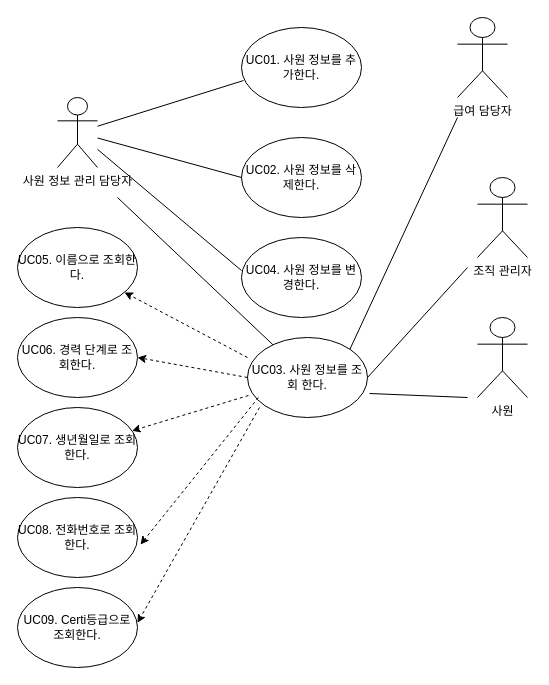
Before: Doc/Design/UserCaseDiagram.drawio in dongyub1015/Hit, a draw.io diagram. Source tidied: cells renumbered, new cells numbered last; positions are measured from the earlier drawing's top-left corner, leaving out a move shared by most shapes. Both pictures are drawn from the tidied source at 100%, with x=0, y=0 at pixel (17, 17).
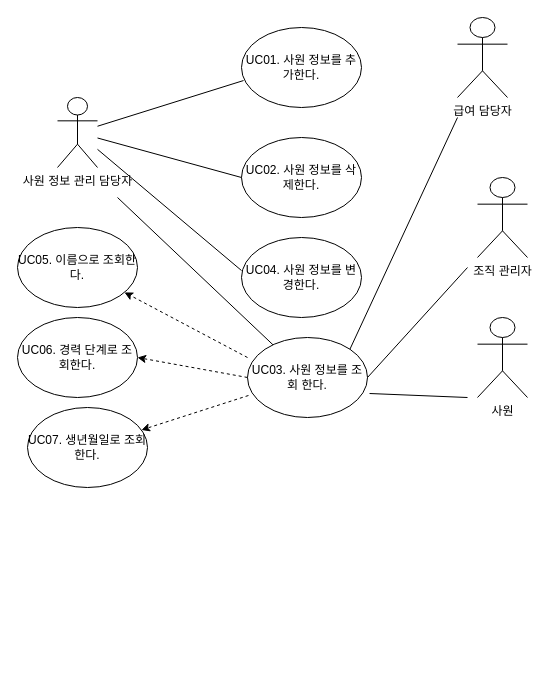
Above is the later version.

Commit message (it also covers changes not shown here):
Revert "Merge branch 'dev_hongju'"

This reverts commit 16046d99c240868dc94f84fe950769ddd5626706, reversing
changes made to 746df0ffd26b3a796c5101d1e24fc2343cc5cb15.

The change refers to these unchanged cells:
```xml
<mxCell id="8" value="UC03. 사원 정보를 조회 한다." style="ellipse;whiteSpace=wrap;html=1;" parent="1" vertex="1">
  <mxGeometry x="230" y="320" width="120" height="80" as="geometry" />
</mxCell>
```

Diff of the diagram source:
```diff
@@
     <mxCell id="15" value="UC07. 생년월일로 조회한다." style="ellipse;whiteSpace=wrap;html=1;" parent="1" vertex="1">
-      <mxGeometry y="390" width="120" height="80" as="geometry" />
+      <mxGeometry x="10" y="390" width="120" height="80" as="geometry" />
     </mxCell>
@@
-    <mxCell id="23" value="UC08. 전화번호로 조회한다." style="ellipse;whiteSpace=wrap;html=1;" parent="1" vertex="1">
-      <mxGeometry y="480" width="120" height="80" as="geometry" />
-    </mxCell>
-    <mxCell id="24" value="UC09. Certi등급으로 조회한다." style="ellipse;whiteSpace=wrap;html=1;" parent="1" vertex="1">
-      <mxGeometry y="570" width="120" height="80" as="geometry" />
-    </mxCell>
-    <mxCell id="25" style="endArrow=classic;html=1;rounded=0;dashed=1;exitX=0.091;exitY=0.75;exitDx=0;exitDy=0;exitPerimeter=0;entryX=1.025;entryY=0.588;entryDx=0;entryDy=0;entryPerimeter=0;" parent="1" edge="1" source="8" target="23">
-      <mxGeometry relative="1" as="geometry" />
-    </mxCell>
-    <mxCell id="26" style="endArrow=classic;html=1;rounded=0;dashed=1;exitX=0.1;exitY=0.875;exitDx=0;exitDy=0;exitPerimeter=0;" parent="1" edge="1" source="8">
-      <mxGeometry relative="1" as="geometry">
-        <mxPoint x="120" y="605.3" as="targetPoint" />
-      </mxGeometry>
-    </mxCell>
```
